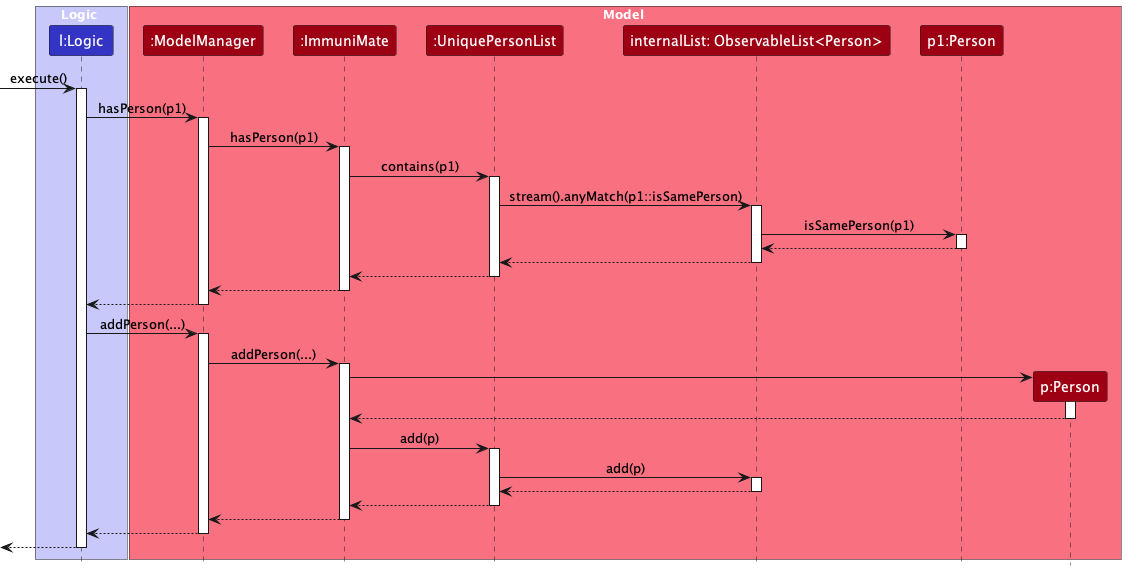
Above: docs/images/CreateCommandModel.png in AY2324S2-CS2103T-T08-1/tp (PlantUML), before the change.
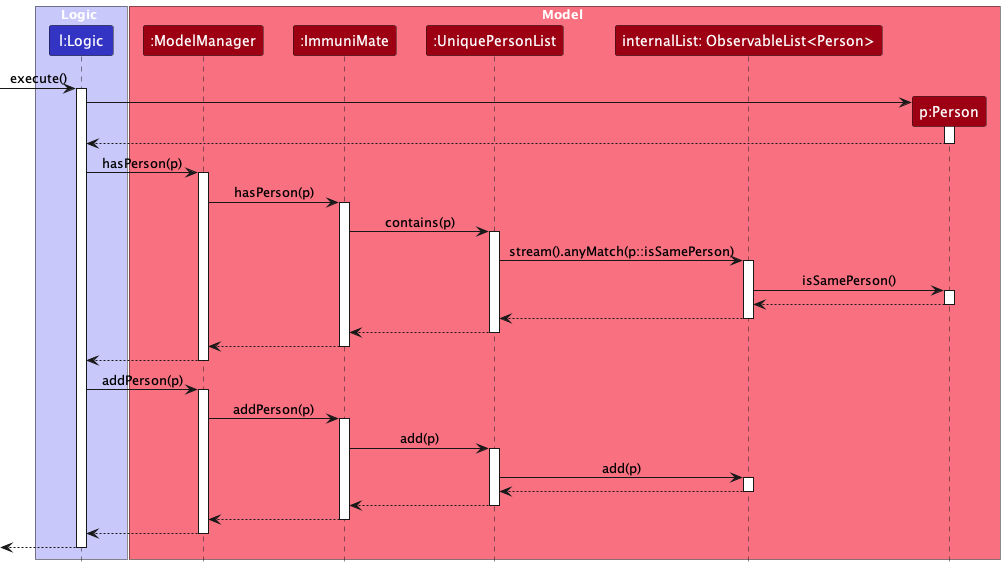
After the commit.

Diff of the diagram source:
```diff
@@ -10,30 +10,35 @@
 participant ":ImmuniMate" as ImmuniMate MODEL_COLOR
 participant ":UniquePersonList" as UniquePersonList MODEL_COLOR
 participant "internalList: ObservableList<Person>" as internalList MODEL_COLOR
-participant "p1:Person" as p1 MODEL_COLOR
 participant "p:Person" as p MODEL_COLOR
 end box
 
 [-> CreateCommand : execute()
 activate CreateCommand
 
-CreateCommand -> ModelManager : hasPerson(p1)
+create p
+CreateCommand -> p
+activate p
+p --> CreateCommand
+deactivate p
+
+CreateCommand -> ModelManager : hasPerson(p)
 activate ModelManager
 
-ModelManager -> ImmuniMate: hasPerson(p1)
+ModelManager -> ImmuniMate: hasPerson(p)
 activate ImmuniMate
 
-ImmuniMate -> UniquePersonList : contains(p1)
+ImmuniMate -> UniquePersonList : contains(p)
 activate UniquePersonList
 
-UniquePersonList -> internalList : stream().anyMatch(p1::isSamePerson)
+UniquePersonList -> internalList : stream().anyMatch(p::isSamePerson)
 activate internalList
 
-internalList -> p1 : isSamePerson(p1)
-activate p1
+internalList -> p : isSamePerson()
+activate p
 
-p1 --> internalList
-deactivate p1
+p --> internalList
+deactivate p
 
 internalList --> UniquePersonList
 deactivate internalList
@@ -47,17 +52,11 @@
 ModelManager --> CreateCommand
 deactivate ModelManager
 
-CreateCommand -> ModelManager : addPerson(...)
+CreateCommand -> ModelManager : addPerson(p)
 activate ModelManager
 
-ModelManager -> ImmuniMate: addPerson(...)
+ModelManager -> ImmuniMate: addPerson(p)
 activate ImmuniMate
-
-create p
-ImmuniMate -> p
-activate p
-p --> ImmuniMate
-deactivate p
 
 ImmuniMate -> UniquePersonList : add(p)
 activate UniquePersonList
```
